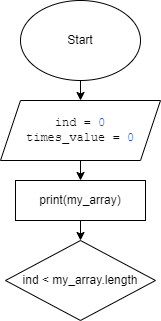
This is block_kononova.drawio.png from kononovaele/homeTask_1, a draw.io export, as it was before one commit. Source tidied: cells renumbered, new cells last; positions are measured from the earlier drawing's top-left corner, leaving out a move shared by most shapes.
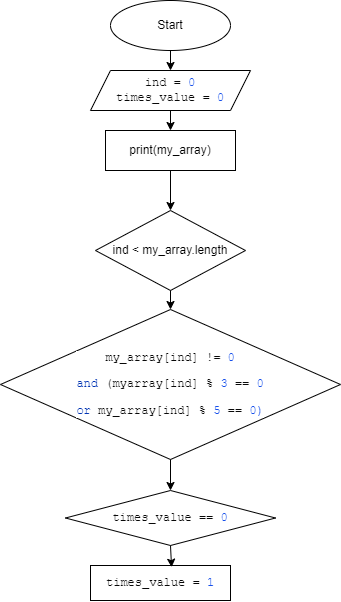
Later version of the same file.

Commit message:
Add Check if find first item divide 3 or 5

What changed in the source:
```diff
@@ -3,27 +3,45 @@
     <mxCell id="0" />
     <mxCell id="1" parent="0" />
     <mxCell id="2" value="Start" style="ellipse;whiteSpace=wrap;html=1;" parent="1" vertex="1">
-      <mxGeometry x="20" width="120" height="80" as="geometry" />
+      <mxGeometry x="20" width="120" height="50" as="geometry" />
     </mxCell>
     <mxCell id="3" value="&lt;pre style=&quot;background-color: #ffffff ; color: #080808 ; font-family: &amp;quot;jetbrains mono&amp;quot; , monospace ; font-size: 10 5pt&quot;&gt;ind = &lt;span style=&quot;color: #1750eb&quot;&gt;0&lt;br&gt;&lt;/span&gt;times_value = &lt;span style=&quot;color: #1750eb&quot;&gt;0&lt;/span&gt;&lt;/pre&gt;" style="shape=parallelogram;perimeter=parallelogramPerimeter;whiteSpace=wrap;html=1;fixedSize=1;" parent="1" vertex="1">
-      <mxGeometry y="100" width="160" height="60" as="geometry" />
+      <mxGeometry y="70" width="160" height="40" as="geometry" />
     </mxCell>
     <mxCell id="4" style="endArrow=classic;html=1;exitX=0.5;exitY=1;exitDx=0;exitDy=0;" parent="1" edge="1" source="2">
       <mxGeometry relative="1" as="geometry">
-        <mxPoint x="80" y="100" as="targetPoint" />
+        <mxPoint x="80" y="70" as="targetPoint" />
       </mxGeometry>
     </mxCell>
     <mxCell id="5" value="print(my_array)" style="rounded=0;whiteSpace=wrap;html=1;" parent="1" vertex="1">
-      <mxGeometry x="15" y="180" width="130" height="40" as="geometry" />
+      <mxGeometry x="15" y="130" width="130" height="40" as="geometry" />
     </mxCell>
     <mxCell id="6" style="endArrow=classic;html=1;entryX=0.5;entryY=0;entryDx=0;entryDy=0;exitX=0.5;exitY=1;exitDx=0;exitDy=0;" parent="1" edge="1" source="3" target="5">
       <mxGeometry relative="1" as="geometry" />
     </mxCell>
     <mxCell id="7" value="ind &amp;lt; my_array.length" style="rhombus;whiteSpace=wrap;html=1;" parent="1" vertex="1">
-      <mxGeometry x="5" y="240" width="150" height="80" as="geometry" />
+      <mxGeometry x="5" y="210" width="150" height="80" as="geometry" />
     </mxCell>
     <mxCell id="8" style="endArrow=classic;html=1;entryX=0.5;entryY=0;entryDx=0;entryDy=0;exitX=0.5;exitY=1;exitDx=0;exitDy=0;" parent="1" edge="1" source="5" target="7">
       <mxGeometry relative="1" as="geometry" />
     </mxCell>
+    <mxCell id="9" value="&lt;pre style=&quot;background-color: #ffffff ; color: #080808 ; font-family: &amp;#34;jetbrains mono&amp;#34; , monospace ; font-size: 10 5pt&quot;&gt;my_array[ind] != &lt;span style=&quot;color: #1750eb&quot;&gt;0&lt;/span&gt;&lt;/pre&gt;&lt;pre style=&quot;background-color: #ffffff ; color: #080808 ; font-family: &amp;#34;jetbrains mono&amp;#34; , monospace ; font-size: 10 5pt&quot;&gt;&lt;span style=&quot;color: #0033b3&quot;&gt;and &lt;/span&gt;(myarray[ind] % &lt;span style=&quot;color: #1750eb&quot;&gt;3 &lt;/span&gt;== &lt;span style=&quot;color: #1750eb&quot;&gt;0&lt;/span&gt;&lt;/pre&gt;&lt;pre style=&quot;background-color: #ffffff ; color: #080808 ; font-family: &amp;#34;jetbrains mono&amp;#34; , monospace ; font-size: 10 5pt&quot;&gt;&lt;span style=&quot;color: #0033b3&quot;&gt;or &lt;/span&gt;my_array[ind] % &lt;span style=&quot;color: #1750eb&quot;&gt;5 &lt;/span&gt;== &lt;span style=&quot;color: #1750eb&quot;&gt;0)&lt;/span&gt;&lt;/pre&gt;" style="rhombus;whiteSpace=wrap;html=1;" parent="1" vertex="1">
+      <mxGeometry x="-90" y="309" width="340" height="150" as="geometry" />
+    </mxCell>
+    <mxCell id="10" style="endArrow=classic;html=1;entryX=0.5;entryY=0;entryDx=0;entryDy=0;exitX=0.5;exitY=1;exitDx=0;exitDy=0;" parent="1" edge="1" source="7" target="9">
+      <mxGeometry relative="1" as="geometry" />
+    </mxCell>
+    <mxCell id="11" value="&lt;pre style=&quot;background-color: #ffffff ; color: #080808 ; font-family: &amp;#34;jetbrains mono&amp;#34; , monospace ; font-size: 10 5pt&quot;&gt;times_value == &lt;span style=&quot;color: #1750eb&quot;&gt;0&lt;/span&gt;&lt;/pre&gt;" style="rhombus;whiteSpace=wrap;html=1;" parent="1" vertex="1">
+      <mxGeometry x="-25" y="490" width="210" height="55" as="geometry" />
+    </mxCell>
+    <mxCell id="12" style="endArrow=classic;html=1;exitX=0.5;exitY=1;exitDx=0;exitDy=0;entryX=0.5;entryY=0;entryDx=0;entryDy=0;" parent="1" edge="1" source="9" target="11">
+      <mxGeometry relative="1" as="geometry" />
+    </mxCell>
+    <mxCell id="13" value="&lt;pre style=&quot;background-color: #ffffff ; color: #080808 ; font-family: &amp;#34;jetbrains mono&amp;#34; , monospace ; font-size: 10 5pt&quot;&gt;times_value = &lt;span style=&quot;color: #1750eb&quot;&gt;1&lt;/span&gt;&lt;/pre&gt;" style="rounded=0;whiteSpace=wrap;html=1;" parent="1" vertex="1">
+      <mxGeometry y="565" width="140" height="35" as="geometry" />
+    </mxCell>
+    <mxCell id="14" style="endArrow=classic;html=1;entryX=0.579;entryY=0.048;entryDx=0;entryDy=0;entryPerimeter=0;exitX=0.5;exitY=1;exitDx=0;exitDy=0;" parent="1" edge="1" source="11" target="13">
+      <mxGeometry relative="1" as="geometry" />
+    </mxCell>
   </root>
 </mxGraphModel>
```
